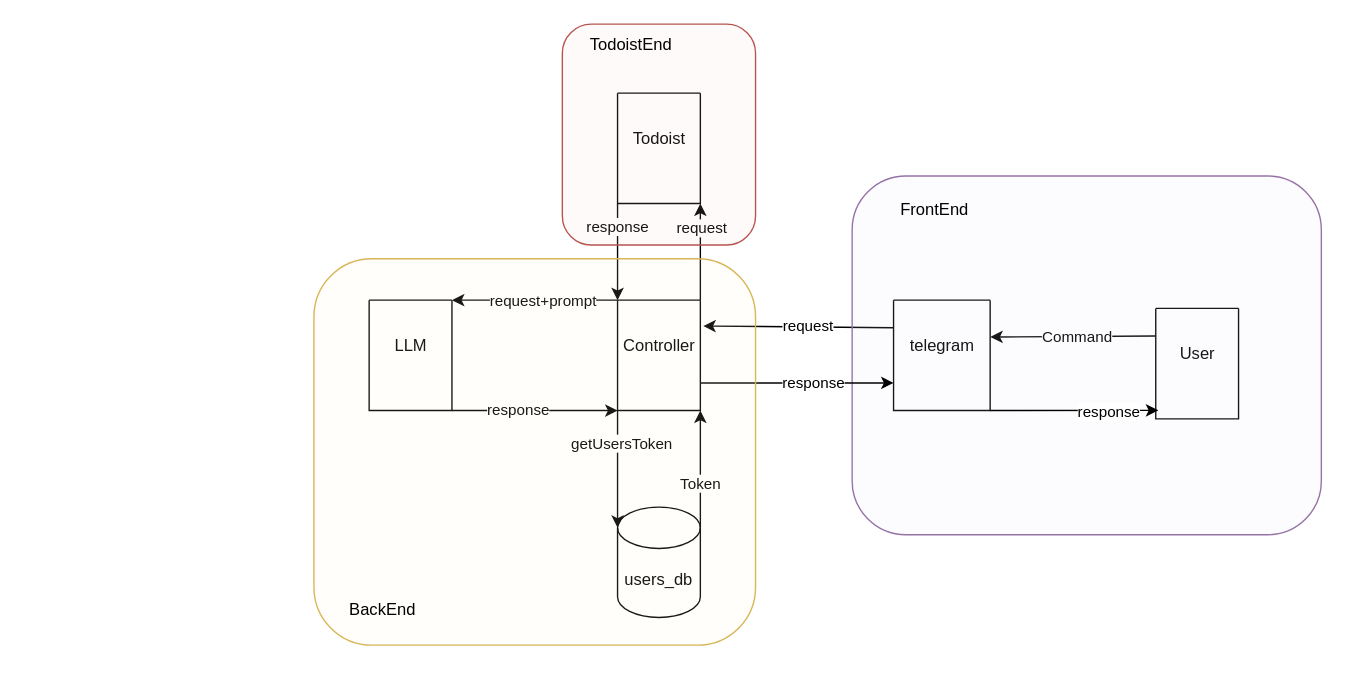
Above: TodoistBot.drawio in kargamant/TodoistBot (draw.io), before the change. Source tidied: cells renumbered, new cells numbered last; positions are measured from the earlier drawing's top-left corner, leaving out a move shared by most shapes. Both pictures are drawn from the tidied source at 138%, with x=0, y=0 at pixel (313, 23).
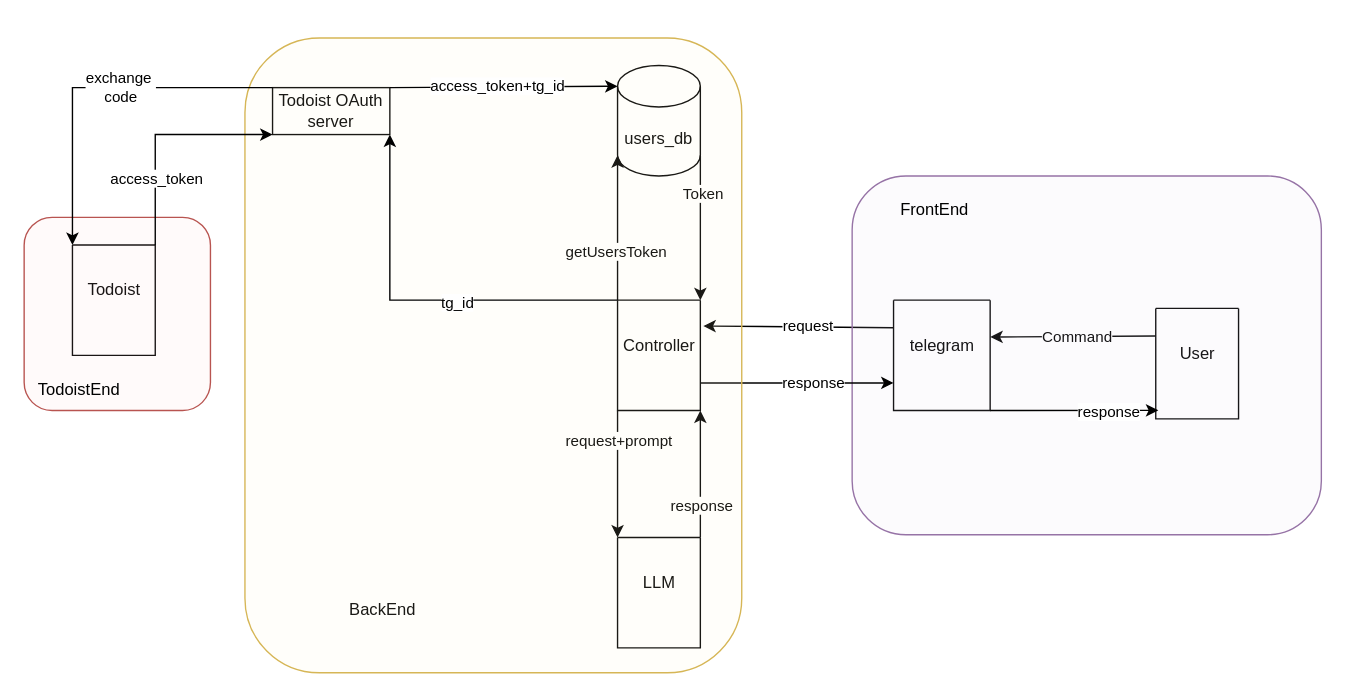
Above is the later version.

Commit message:
New diagram structure

Unchanged cells that the change refers to:
```xml
<mxCell id="6" style="swimlane;startSize=0;" parent="1" vertex="1">
  <mxGeometry x="220" y="200" width="60" height="80" as="geometry" />
</mxCell>
```

Diff of the diagram source:
```diff
@@
-    <mxCell id="2" style="swimlane;startSize=0;" parent="1" vertex="1">
-      <mxGeometry x="220" y="50" width="60" height="80" as="geometry" />
-    </mxCell>
-    <mxCell id="3" value="Todoist" style="text;html=1;align=center;verticalAlign=middle;strokeColor=none;fillColor=none;" parent="1" vertex="1">
-      <mxGeometry x="220" y="68" width="60" height="30" as="geometry" />
-    </mxCell>
@@
     <mxCell id="14" value="users_db" style="shape=cylinder3;whiteSpace=wrap;html=1;boundedLbl=1;backgroundOutline=1;size=15;" parent="1" vertex="1">
-      <mxGeometry x="220" y="350" width="60" height="80" as="geometry" />
+      <mxGeometry x="220" y="30" width="60" height="80" as="geometry" />
     </mxCell>
-    <mxCell id="15" style="endArrow=classic;html=1;rounded=0;exitX=0;exitY=1;exitDx=0;exitDy=0;entryX=0;entryY=0;entryDx=0;entryDy=15;entryPerimeter=0;" parent="1" edge="1" source="6" target="14">
-      <mxGeometry relative="1" as="geometry" />
+    <mxCell id="15" style="endArrow=classic;html=1;rounded=0;entryX=0;entryY=1;entryDx=0;entryDy=-15;entryPerimeter=0;" parent="1" edge="1" target="14">
+      <mxGeometry relative="1" as="geometry">
+        <mxPoint x="220" y="200" as="sourcePoint" />
+      </mxGeometry>
     </mxCell>
     <mxCell id="16" value="getUsersToken" style="edgeLabel;html=1;align=center;verticalAlign=middle;" parent="15" vertex="1">
       <mxGeometry x="-0.3" y="2" relative="1" as="geometry">
-        <mxPoint y="-7" as="offset" />
+        <mxPoint y="1" as="offset" />
       </mxGeometry>
     </mxCell>
-    <mxCell id="17" style="endArrow=classic;html=1;rounded=0;exitX=1;exitY=0;exitDx=0;exitDy=15;exitPerimeter=0;entryX=1;entryY=1;entryDx=0;entryDy=0;" parent="1" edge="1" source="14" target="6">
-      <mxGeometry relative="1" as="geometry" />
+    <mxCell id="17" style="endArrow=classic;html=1;rounded=0;exitX=1;exitY=1;exitDx=0;exitDy=-15;exitPerimeter=0;" parent="1" edge="1" source="14">
+      <mxGeometry relative="1" as="geometry">
+        <mxPoint x="280" y="200" as="targetPoint" />
+      </mxGeometry>
     </mxCell>
     <mxCell id="18" value="Token" style="edgeLabel;html=1;align=center;verticalAlign=middle;" parent="17" vertex="1">
       <mxGeometry x="0.14" y="1" relative="1" as="geometry">
-        <mxPoint y="15" as="offset" />
+        <mxPoint y="-33" as="offset" />
       </mxGeometry>
     </mxCell>
-    <mxCell id="19" style="endArrow=classic;html=1;rounded=0;exitX=1;exitY=0;exitDx=0;exitDy=0;entryX=1;entryY=1;entryDx=0;entryDy=0;" parent="1" edge="1" source="6" target="2">
-      <mxGeometry relative="1" as="geometry" />
-    </mxCell>
-    <mxCell id="20" value="request" style="edgeLabel;html=1;align=center;verticalAlign=middle;" parent="19" vertex="1">
-      <mxGeometry x="-0.07" relative="1" as="geometry">
-        <mxPoint y="-20" as="offset" />
-      </mxGeometry>
-    </mxCell>
-    <mxCell id="21" style="endArrow=classic;html=1;rounded=0;exitX=0;exitY=1;exitDx=0;exitDy=0;entryX=0;entryY=0;entryDx=0;entryDy=0;" parent="1" edge="1" source="2" target="6">
-      <mxGeometry relative="1" as="geometry" />
-    </mxCell>
-    <mxCell id="22" value="response" style="edgeLabel;html=1;align=center;verticalAlign=middle;" parent="21" vertex="1">
-      <mxGeometry x="-0.29" y="-1" relative="1" as="geometry">
-        <mxPoint y="-9" as="offset" />
-      </mxGeometry>
-    </mxCell>
     <mxCell id="23" style="swimlane;startSize=0;" parent="1" vertex="1">
-      <mxGeometry x="40" y="200" width="60" height="80" as="geometry" />
+      <mxGeometry x="220" y="372" width="60" height="80" as="geometry" />
     </mxCell>
     <mxCell id="24" value="LLM" style="text;html=1;align=center;verticalAlign=middle;strokeColor=none;fillColor=none;" parent="1" vertex="1">
-      <mxGeometry x="45" y="218" width="50" height="30" as="geometry" />
+      <mxGeometry x="225" y="390" width="50" height="30" as="geometry" />
     </mxCell>
@@
-    <mxCell id="26" style="endArrow=classic;html=1;rounded=0;exitX=0;exitY=0;exitDx=0;exitDy=0;entryX=1;entryY=0;entryDx=0;entryDy=0;" parent="1" edge="1" source="6" target="23">
+    <mxCell id="26" style="endArrow=classic;html=1;rounded=0;exitX=0;exitY=1;exitDx=0;exitDy=0;entryX=0;entryY=0;entryDx=0;entryDy=0;" parent="1" edge="1" source="6" target="23">
       <mxGeometry relative="1" as="geometry" />
     </mxCell>
     <mxCell id="27" value="request+prompt" style="edgeLabel;html=1;align=center;verticalAlign=middle;" parent="26" vertex="1">
       <mxGeometry x="0.27" y="1" relative="1" as="geometry">
-        <mxPoint x="21" y="-1" as="offset" />
+        <mxPoint x="-1" y="-37" as="offset" />
       </mxGeometry>
     </mxCell>
-    <mxCell id="28" style="endArrow=classic;html=1;rounded=0;entryX=0;entryY=1;entryDx=0;entryDy=0;exitX=1;exitY=1;exitDx=0;exitDy=0;" parent="1" edge="1" source="23" target="6">
+    <mxCell id="28" style="endArrow=classic;html=1;rounded=0;entryX=1;entryY=1;entryDx=0;entryDy=0;exitX=1;exitY=0;exitDx=0;exitDy=0;" parent="1" edge="1" source="23" target="6">
       <mxGeometry relative="1" as="geometry" />
     </mxCell>
     <mxCell id="29" value="response" style="edgeLabel;html=1;align=center;verticalAlign=middle;" parent="28" vertex="1">
       <mxGeometry x="0.15" y="1" relative="1" as="geometry">
-        <mxPoint x="-22" as="offset" />
+        <mxPoint x="1" y="29" as="offset" />
       </mxGeometry>
     </mxCell>
@@
+    <mxCell id="36" value="BackEnd" style="text;html=1;align=center;verticalAlign=middle;whiteSpace=wrap;rounded=0;" parent="1" vertex="1">
+      <mxGeometry x="20" y="410" width="60" height="30" as="geometry" />
+    </mxCell>
+    <mxCell id="39" value="Todoist OAuth&lt;div&gt;server&lt;/div&gt;" style="rounded=0;whiteSpace=wrap;html=1;" parent="1" vertex="1">
+      <mxGeometry x="-30" y="46" width="85" height="34" as="geometry" />
+    </mxCell>
     <mxCell id="35" style="rounded=1;whiteSpace=wrap;html=1;fillOpacity=10;fillColor=#fff2cc;strokeColor=#d6b656;" parent="1" vertex="1">
-      <mxGeometry y="170" width="320" height="280" as="geometry" />
+      <mxGeometry x="-50" y="10" width="360" height="460" as="geometry" />
     </mxCell>
-    <mxCell id="36" value="BackEnd" style="text;html=1;align=center;verticalAlign=middle;whiteSpace=wrap;rounded=0;" parent="1" vertex="1">
-      <mxGeometry x="20" y="410" width="60" height="30" as="geometry" />
-    </mxCell>
-    <mxCell id="37" style="rounded=1;whiteSpace=wrap;html=1;fillOpacity=10;fillColor=#f8cecc;strokeColor=#b85450;" parent="1" vertex="1">
-      <mxGeometry x="180" width="140" height="160" as="geometry" />
-    </mxCell>
+    <mxCell id="40" style="swimlane;startSize=0;" parent="1" vertex="1">
+      <mxGeometry x="-175" y="160" width="60" height="80" as="geometry" />
+    </mxCell>
+    <mxCell id="3" value="Todoist" style="text;html=1;align=center;verticalAlign=middle;strokeColor=none;fillColor=none;" parent="1" vertex="1">
+      <mxGeometry x="-175" y="178" width="60" height="30" as="geometry" />
+    </mxCell>
+    <mxCell id="41" style="rounded=1;whiteSpace=wrap;html=1;fillOpacity=10;fillColor=#f8cecc;strokeColor=#b85450;" parent="1" vertex="1">
+      <mxGeometry x="-210" y="140" width="135" height="140" as="geometry" />
+    </mxCell>
     <mxCell id="38" value="TodoistEnd" style="text;html=1;align=center;verticalAlign=middle;whiteSpace=wrap;rounded=0;" parent="1" vertex="1">
-      <mxGeometry x="200" width="60" height="30" as="geometry" />
+      <mxGeometry x="-200" y="250" width="60" height="30" as="geometry" />
     </mxCell>
+    <mxCell id="42" style="endArrow=classic;html=1;rounded=0;exitX=0;exitY=0;exitDx=0;exitDy=0;entryX=0;entryY=0;entryDx=0;entryDy=0;" parent="1" edge="1" source="39" target="40">
+      <mxGeometry relative="1" as="geometry">
+        <Array as="points">
+          <mxPoint x="-175" y="46" />
+        </Array>
+      </mxGeometry>
+    </mxCell>
+    <mxCell id="43" value="exchange&amp;nbsp;&lt;div&gt;code&lt;/div&gt;" style="edgeLabel;html=1;align=center;verticalAlign=middle;" parent="42" vertex="1">
+      <mxGeometry x="-0.14" y="-1" relative="1" as="geometry" />
+    </mxCell>
+    <mxCell id="44" style="endArrow=classic;html=1;rounded=0;exitX=1;exitY=0;exitDx=0;exitDy=0;entryX=0;entryY=1;entryDx=0;entryDy=0;" parent="1" edge="1" source="40" target="39">
+      <mxGeometry relative="1" as="geometry">
+        <Array as="points">
+          <mxPoint x="-115" y="80" />
+        </Array>
+      </mxGeometry>
+    </mxCell>
+    <mxCell id="45" value="access_token" style="edgeLabel;html=1;align=center;verticalAlign=middle;" parent="44" vertex="1">
+      <mxGeometry x="-0.41" relative="1" as="geometry" />
+    </mxCell>
+    <mxCell id="46" style="endArrow=classic;html=1;rounded=0;exitX=1;exitY=0;exitDx=0;exitDy=0;entryX=0;entryY=0;entryDx=0;entryDy=15;entryPerimeter=0;" parent="1" edge="1" source="39" target="14">
+      <mxGeometry relative="1" as="geometry" />
+    </mxCell>
+    <mxCell id="47" value="access_token+tg_id" style="edgeLabel;html=1;align=center;verticalAlign=middle;" parent="46" vertex="1">
+      <mxGeometry x="0.29" y="-2" relative="1" as="geometry">
+        <mxPoint x="-29" y="-3" as="offset" />
+      </mxGeometry>
+    </mxCell>
+    <mxCell id="48" style="endArrow=classic;html=1;rounded=0;exitX=0;exitY=0;exitDx=0;exitDy=0;entryX=1;entryY=1;entryDx=0;entryDy=0;" parent="1" edge="1" source="6" target="39">
+      <mxGeometry relative="1" as="geometry">
+        <Array as="points">
+          <mxPoint x="55" y="200" />
+        </Array>
+      </mxGeometry>
+    </mxCell>
+    <mxCell id="49" value="tg_id" style="edgeLabel;html=1;align=center;verticalAlign=middle;" parent="48" vertex="1">
+      <mxGeometry x="-0.18" y="1" relative="1" as="geometry" />
+    </mxCell>
```
